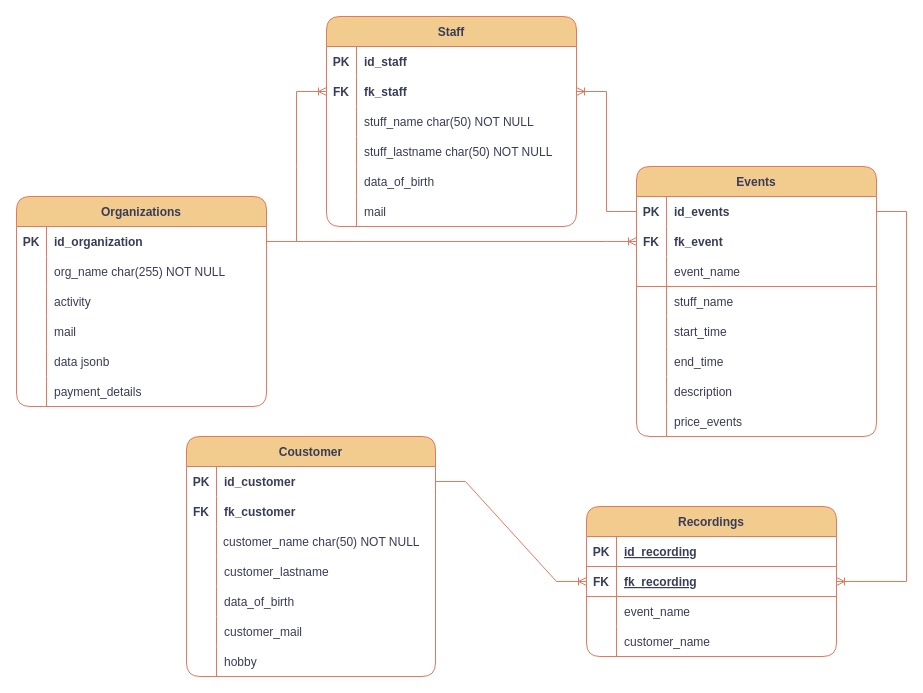
The draw.io diagram Диаграмма без названия.drawio in Drytimor/GIT, before the edit. Source tidied: cells renumbered, new cells numbered last; positions are measured from the earlier drawing's top-left corner, leaving out a move shared by most shapes. Both pictures are drawn from the tidied source at 100%, with x=0, y=0 at pixel (16, 16).
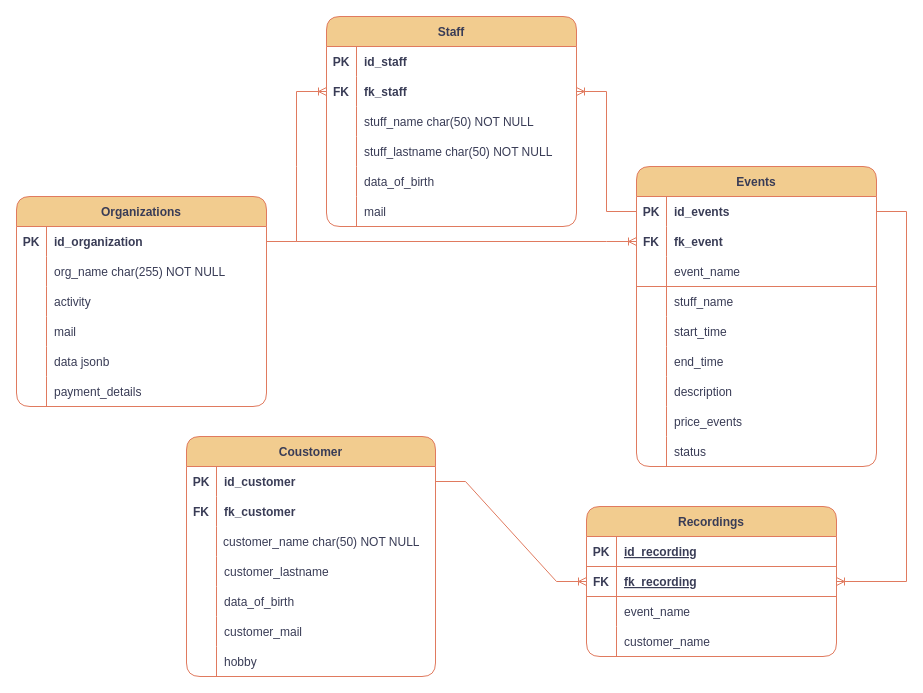
After the change.

Change to the diagram source:
```diff
@@
     <mxCell id="2" value="Events" style="shape=table;startSize=30;childLayout=tableLayout;rowLines=0;fontStyle=1;align=center;rounded=1;labelBackgroundColor=none;fillColor=#F2CC8F;strokeColor=#E07A5F;fontColor=#393C56;" parent="1" vertex="1">
-      <mxGeometry x="620" y="150" width="240" height="270" as="geometry" />
+      <mxGeometry x="620" y="150" width="240" height="300" as="geometry" />
     </mxCell>
@@
+    <mxCell id="106" style="shape=partialRectangle;fillColor=none;top=0;left=0;right=0;bottom=0;rounded=1;labelBackgroundColor=none;strokeColor=#E07A5F;fontColor=#393C56;" parent="2" vertex="1">
+      <mxGeometry y="270" width="240" height="30" as="geometry" />
+    </mxCell>
+    <mxCell id="107" style="shape=partialRectangle;overflow=hidden;fillColor=none;top=0;left=0;bottom=0;right=0;rounded=1;labelBackgroundColor=none;strokeColor=#E07A5F;fontColor=#393C56;" parent="106" vertex="1">
+      <mxGeometry width="30" height="30" as="geometry" />
+    </mxCell>
+    <mxCell id="108" value="status" style="shape=partialRectangle;overflow=hidden;fillColor=none;top=0;left=0;bottom=0;right=0;align=left;spacingLeft=6;rounded=1;labelBackgroundColor=none;strokeColor=#E07A5F;fontColor=#393C56;" parent="106" vertex="1">
+      <mxGeometry x="30" width="210" height="30" as="geometry" />
+    </mxCell>
```
